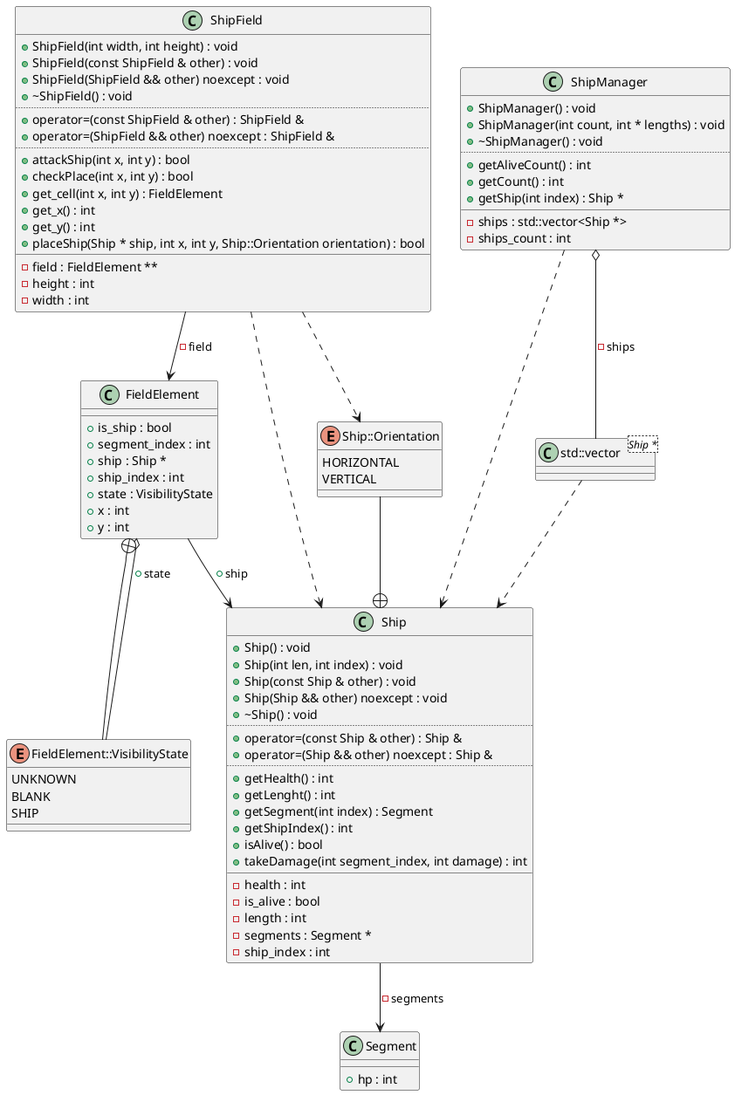
Rennelv/ships keeps this PlantUML diagram as diagrams/main.png. Above is the earlier version.
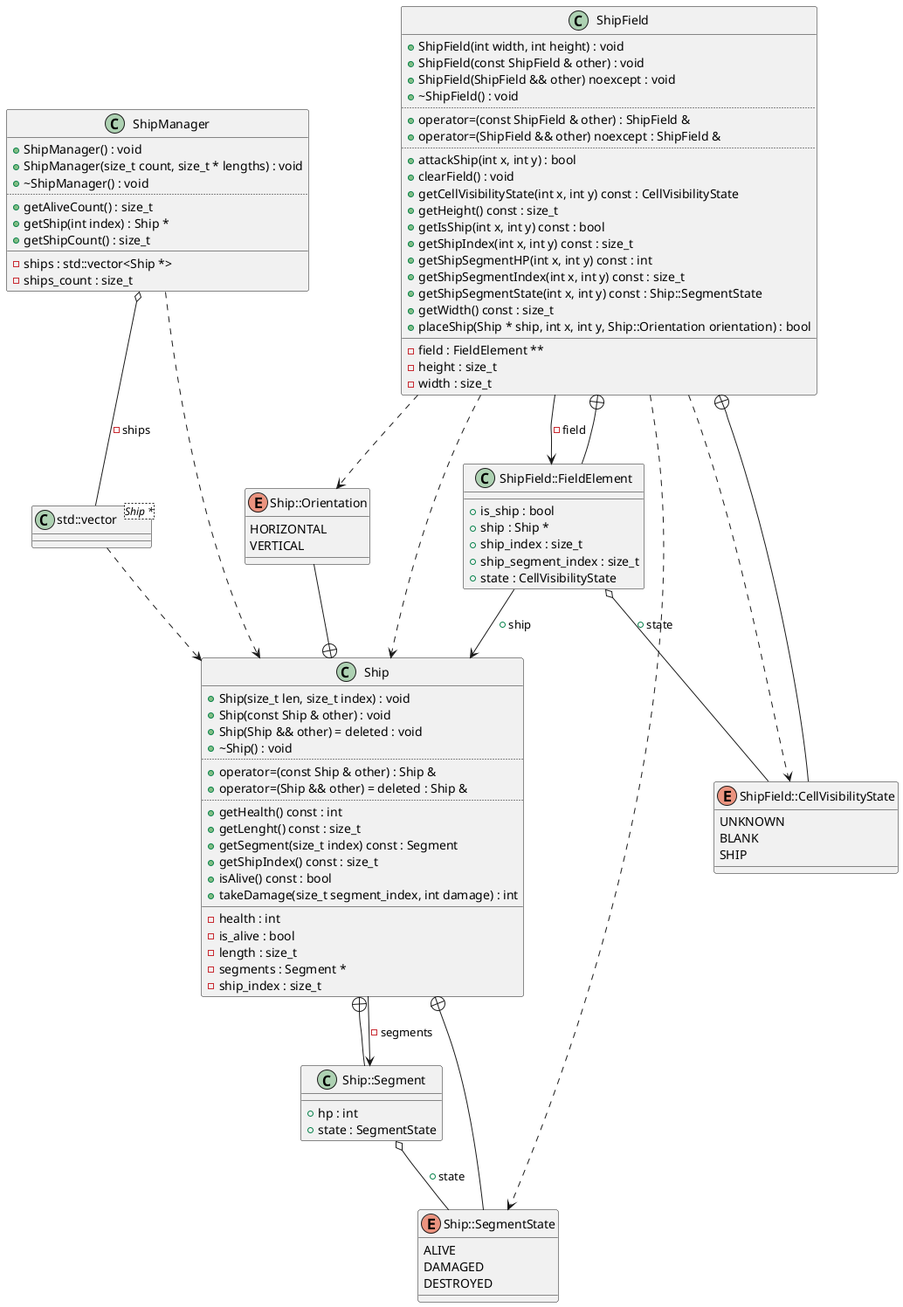
The same file after the commit.

Diff of the diagram source:
```diff
@@ -3,56 +3,45 @@
 class C_0007462257846685508834 {
 __
 }
-class "Segment" as C_0004224949386065029667
-class C_0004224949386065029667 {
-__
-+hp : int
-}
 class "Ship" as C_0014529657433315016423
 class C_0014529657433315016423 {
-+Ship() : void
-+Ship(int len, int index) : void
++Ship(size_t len, size_t index) : void
 +Ship(const Ship & other) : void
-+Ship(Ship && other) noexcept : void
++Ship(Ship && other) = deleted : void
 +~Ship() : void
 ..
 +operator=(const Ship & other) : Ship &
-+operator=(Ship && other) noexcept : Ship &
++operator=(Ship && other) = deleted : Ship &
 ..
-+getHealth() : int
-+getLenght() : int
-+getSegment(int index) : Segment
-+getShipIndex() : int
-+isAlive() : bool
-+takeDamage(int segment_index, int damage) : int
++getHealth() const : int
++getLenght() const : size_t
++getSegment(size_t index) const : Segment
++getShipIndex() const : size_t
++isAlive() const : bool
++takeDamage(size_t segment_index, int damage) : int
 __
 -health : int
 -is_alive : bool
--length : int
+-length : size_t
 -segments : Segment *
--ship_index : int
+-ship_index : size_t
+}
+enum "Ship::SegmentState" as C_0016593760204207859148
+enum C_0016593760204207859148 {
+ALIVE
+DAMAGED
+DESTROYED
+}
+class "Ship::Segment" as C_0000674658759292391449
+class C_0000674658759292391449 {
+__
++hp : int
++state : SegmentState
 }
 enum "Ship::Orientation" as C_0015200704647938469073
 enum C_0015200704647938469073 {
 HORIZONTAL
 VERTICAL
-}
-class "FieldElement" as C_0001857836874925042506
-class C_0001857836874925042506 {
-__
-+is_ship : bool
-+segment_index : int
-+ship : Ship *
-+ship_index : int
-+state : VisibilityState
-+x : int
-+y : int
-}
-enum "FieldElement::VisibilityState" as C_0016786167066212157050
-enum C_0016786167066212157050 {
-UNKNOWN
-BLANK
-SHIP
 }
 class "ShipField" as C_0003843296779074973901
 class C_0003843296779074973901 {
@@ -65,38 +54,64 @@
 +operator=(ShipField && other) noexcept : ShipField &
 ..
 +attackShip(int x, int y) : bool
-+checkPlace(int x, int y) : bool
-+get_cell(int x, int y) : FieldElement
-+get_x() : int
-+get_y() : int
++clearField() : void
++getCellVisibilityState(int x, int y) const : CellVisibilityState
++getHeight() const : size_t
++getIsShip(int x, int y) const : bool
++getShipIndex(int x, int y) const : size_t
++getShipSegmentHP(int x, int y) const : int
++getShipSegmentIndex(int x, int y) const : size_t
++getShipSegmentState(int x, int y) const : Ship::SegmentState
++getWidth() const : size_t
 +placeShip(Ship * ship, int x, int y, Ship::Orientation orientation) : bool
 __
 -field : FieldElement **
--height : int
--width : int
+-height : size_t
+-width : size_t
+}
+enum "ShipField::CellVisibilityState" as C_0014337503322603405869
+enum C_0014337503322603405869 {
+UNKNOWN
+BLANK
+SHIP
+}
+class "ShipField::FieldElement" as C_0000316359785794417378
+class C_0000316359785794417378 {
+__
++is_ship : bool
++ship : Ship *
++ship_index : size_t
++ship_segment_index : size_t
++state : CellVisibilityState
 }
 class "ShipManager" as C_0017499122254539489506
 class C_0017499122254539489506 {
 +ShipManager() : void
-+ShipManager(int count, int * lengths) : void
++ShipManager(size_t count, size_t * lengths) : void
 +~ShipManager() : void
 ..
-+getAliveCount() : int
-+getCount() : int
++getAliveCount() : size_t
 +getShip(int index) : Ship *
++getShipCount() : size_t
 __
 -ships : std::vector<Ship *>
--ships_count : int
+-ships_count : size_t
 }
 C_0007462257846685508834 ..> C_0014529657433315016423
-C_0014529657433315016423 --> C_0004224949386065029667 : -segments
+C_0014529657433315016423 --> C_0000674658759292391449 : -segments
+C_0016593760204207859148 --+ C_0014529657433315016423
+C_0000674658759292391449 --+ C_0014529657433315016423
+C_0000674658759292391449 o-- C_0016593760204207859148 : +state
 C_0015200704647938469073 --+ C_0014529657433315016423
-C_0001857836874925042506 o-- C_0016786167066212157050 : +state
-C_0001857836874925042506 --> C_0014529657433315016423 : +ship
-C_0016786167066212157050 --+ C_0001857836874925042506
+C_0003843296779074973901 ..> C_0014337503322603405869
+C_0003843296779074973901 ..> C_0016593760204207859148
 C_0003843296779074973901 ..> C_0014529657433315016423
 C_0003843296779074973901 ..> C_0015200704647938469073
-C_0003843296779074973901 --> C_0001857836874925042506 : -field
+C_0003843296779074973901 --> C_0000316359785794417378 : -field
+C_0014337503322603405869 --+ C_0003843296779074973901
+C_0000316359785794417378 --+ C_0003843296779074973901
+C_0000316359785794417378 o-- C_0014337503322603405869 : +state
+C_0000316359785794417378 --> C_0014529657433315016423 : +ship
 C_0017499122254539489506 ..> C_0014529657433315016423
 C_0017499122254539489506 o-- C_0007462257846685508834 : -ships
 
```
